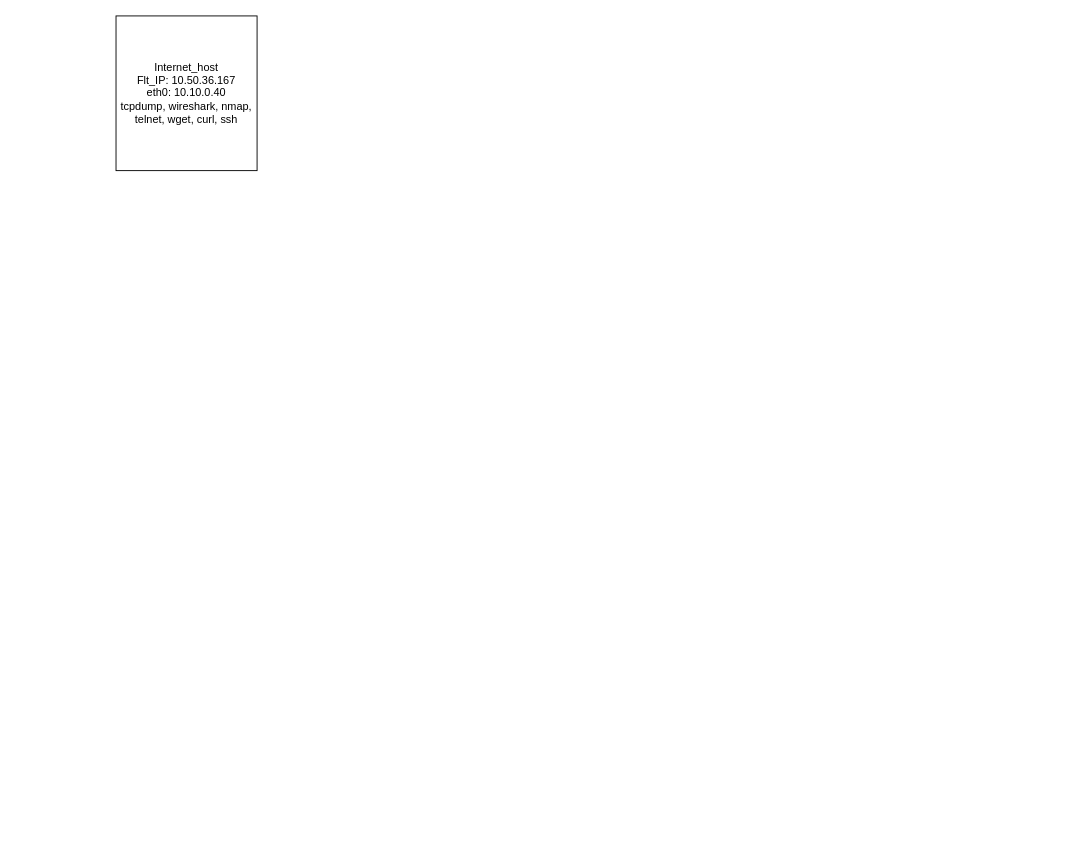
The draw.io diagram Networking/Walters/Untitled Diagram.drawio in TheWaltuh/COSC-Notes, before the edit. Source tidied: cells renumbered, new cells numbered last; positions are measured from the earlier drawing's top-left corner, leaving out a move shared by most shapes. Both pictures are drawn from the tidied source at 91%, with x=0, y=0 at pixel (116, 15).
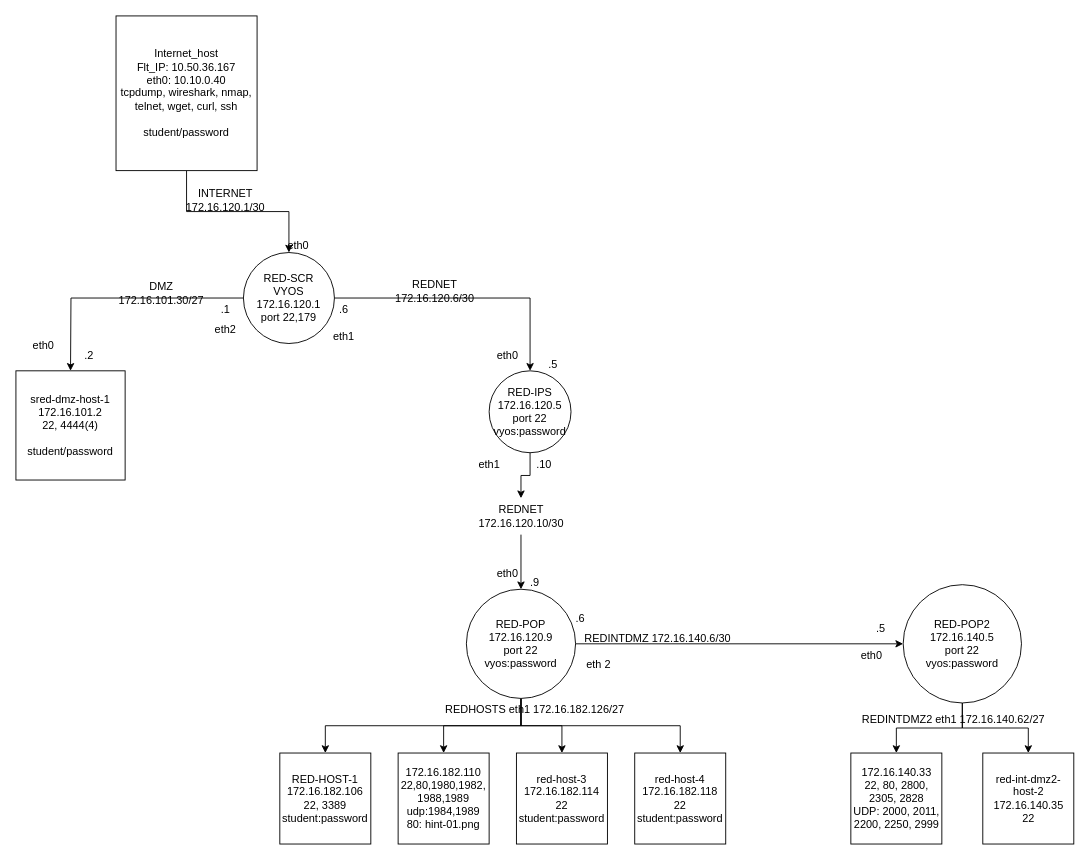
The same diagram, later.

What changed in the source:
```diff
@@
+    <mxCell id="3" style="edgeStyle=orthogonalEdgeStyle;rounded=0;jettySize=auto;html=1;entryX=0.5;entryY=0;entryDx=0;entryDy=0;" parent="1" edge="1" source="2" target="6">
+      <mxGeometry relative="1" as="geometry" />
+    </mxCell>
-    <mxCell id="2" value="Internet_host&lt;br&gt;Flt_IP: 10.50.36.167&lt;br&gt;eth0: 10.10.0.40&lt;br&gt;tcpdump, wireshark, nmap, telnet, wget, curl, ssh" style="rounded=0;whiteSpace=wrap;html=1;labelBackgroundColor=none;" parent="1" vertex="1">
+    <mxCell id="2" value="Internet_host&lt;br&gt;Flt_IP: 10.50.36.167&lt;br&gt;eth0: 10.10.0.40&lt;br&gt;tcpdump, wireshark, nmap, telnet, wget, curl, ssh&lt;br&gt;&lt;br&gt;student/password" style="rounded=0;whiteSpace=wrap;html=1;labelBackgroundColor=none;" parent="1" vertex="1">
       <mxGeometry width="155" height="170" as="geometry" />
     </mxCell>
+    <mxCell id="4" style="edgeStyle=orthogonalEdgeStyle;rounded=0;jettySize=auto;html=1;exitX=0;exitY=0.5;exitDx=0;exitDy=0;entryX=0.5;entryY=0;entryDx=0;entryDy=0;" parent="1" edge="1" source="6">
+      <mxGeometry relative="1" as="geometry">
+        <mxPoint x="-50" y="390" as="targetPoint" />
+      </mxGeometry>
+    </mxCell>
+    <mxCell id="5" style="edgeStyle=orthogonalEdgeStyle;rounded=0;jettySize=auto;html=1;exitX=1;exitY=0.5;exitDx=0;exitDy=0;entryX=0.5;entryY=0;entryDx=0;entryDy=0;" parent="1" edge="1" source="6" target="10">
+      <mxGeometry relative="1" as="geometry" />
+    </mxCell>
+    <mxCell id="6" value="RED-SCR&lt;br&gt;VYOS&lt;br&gt;&lt;div&gt;172.16.120.1&lt;/div&gt;&lt;div&gt;port 22,179&lt;/div&gt;" style="ellipse;whiteSpace=wrap;html=1;" parent="1" vertex="1">
+      <mxGeometry x="140" y="260" width="100" height="100" as="geometry" />
+    </mxCell>
+    <mxCell id="7" value="DMZ&lt;br&gt;172.16.101.30/27" style="text;html=1;strokeColor=none;fillColor=none;align=center;verticalAlign=middle;whiteSpace=wrap;rounded=0;" parent="1" vertex="1">
+      <mxGeometry x="20" y="290" width="60" height="30" as="geometry" />
+    </mxCell>
+    <mxCell id="8" style="edgeStyle=orthogonalEdgeStyle;rounded=0;jettySize=auto;html=1;exitX=0.5;exitY=1;exitDx=0;exitDy=0;entryX=0.5;entryY=0;entryDx=0;entryDy=0;" parent="1" edge="1" source="43" target="16">
+      <mxGeometry relative="1" as="geometry" />
+    </mxCell>
+    <mxCell id="9" value="REDNET&lt;br&gt;172.16.120.6/30" style="text;html=1;align=center;verticalAlign=middle;strokeColor=none;fillColor=none;" parent="1" vertex="1">
+      <mxGeometry x="295" y="283" width="110" height="40" as="geometry" />
+    </mxCell>
+    <mxCell id="10" value="RED-IPS&lt;br&gt;172.16.120.5&lt;br&gt;port 22&lt;br&gt;vyos:password" style="ellipse;whiteSpace=wrap;html=1;" parent="1" vertex="1">
+      <mxGeometry x="410" y="390" width="90" height="90" as="geometry" />
+    </mxCell>
+    <mxCell id="11" style="edgeStyle=orthogonalEdgeStyle;rounded=0;jettySize=auto;html=1;exitX=0.5;exitY=1;exitDx=0;exitDy=0;entryX=0.5;entryY=0;entryDx=0;entryDy=0;" parent="1" edge="1" source="16" target="17">
+      <mxGeometry relative="1" as="geometry" />
+    </mxCell>
+    <mxCell id="12" style="edgeStyle=orthogonalEdgeStyle;rounded=0;jettySize=auto;html=1;exitX=0.5;exitY=1;exitDx=0;exitDy=0;" parent="1" edge="1" source="16" target="18">
+      <mxGeometry relative="1" as="geometry" />
+    </mxCell>
+    <mxCell id="13" style="edgeStyle=orthogonalEdgeStyle;rounded=0;jettySize=auto;html=1;entryX=0.5;entryY=0;entryDx=0;entryDy=0;" parent="1" edge="1" source="16" target="19">
+      <mxGeometry relative="1" as="geometry" />
+    </mxCell>
+    <mxCell id="14" style="edgeStyle=orthogonalEdgeStyle;rounded=0;jettySize=auto;html=1;exitX=0.5;exitY=1;exitDx=0;exitDy=0;entryX=0.5;entryY=0;entryDx=0;entryDy=0;" parent="1" edge="1" source="16" target="20">
+      <mxGeometry relative="1" as="geometry" />
+    </mxCell>
+    <mxCell id="15" style="edgeStyle=orthogonalEdgeStyle;rounded=0;jettySize=auto;html=1;exitX=1;exitY=0.5;exitDx=0;exitDy=0;entryX=0;entryY=0.5;entryDx=0;entryDy=0;" parent="1" edge="1" source="16" target="23">
+      <mxGeometry relative="1" as="geometry" />
+    </mxCell>
+    <mxCell id="16" value="RED-POP&lt;br&gt;172.16.120.9&lt;br&gt;port 22&lt;br&gt;vyos:password" style="ellipse;whiteSpace=wrap;html=1;" parent="1" vertex="1">
+      <mxGeometry x="385" y="630" width="120" height="120" as="geometry" />
+    </mxCell>
+    <mxCell id="17" value="RED-HOST-1&lt;br&gt;172.16.182.106&lt;br&gt;22, 3389&lt;br&gt;student:password" style="whiteSpace=wrap;html=1;" parent="1" vertex="1">
+      <mxGeometry x="180" y="810" width="100" height="100" as="geometry" />
+    </mxCell>
+    <mxCell id="18" value="&lt;div&gt;172.16.182.110&lt;/div&gt;&lt;div&gt;22,80,1980,1982,&lt;/div&gt;&lt;div&gt;1988,1989&lt;/div&gt;&lt;div&gt;udp:1984,1989&lt;/div&gt;&lt;div&gt;80: hint-01.png&lt;/div&gt;" style="whiteSpace=wrap;html=1;" parent="1" vertex="1">
+      <mxGeometry x="310" y="810" width="100" height="100" as="geometry" />
+    </mxCell>
+    <mxCell id="19" value="red-host-3&lt;br&gt;172.16.182.114&lt;br&gt;22&lt;br&gt;student:password" style="whiteSpace=wrap;html=1;" parent="1" vertex="1">
+      <mxGeometry x="440" y="810" width="100" height="100" as="geometry" />
+    </mxCell>
+    <mxCell id="20" value="red-host-4&lt;br&gt;172.16.182.118&lt;br&gt;22&lt;br&gt;student:password" style="whiteSpace=wrap;html=1;" parent="1" vertex="1">
+      <mxGeometry x="570" y="810" width="100" height="100" as="geometry" />
+    </mxCell>
+    <mxCell id="21" style="edgeStyle=orthogonalEdgeStyle;rounded=0;jettySize=auto;html=1;exitX=0.5;exitY=1;exitDx=0;exitDy=0;entryX=0.5;entryY=0;entryDx=0;entryDy=0;" parent="1" edge="1" source="23" target="25">
+      <mxGeometry relative="1" as="geometry" />
+    </mxCell>
+    <mxCell id="22" style="edgeStyle=orthogonalEdgeStyle;rounded=0;jettySize=auto;html=1;exitX=0.5;exitY=1;exitDx=0;exitDy=0;" parent="1" edge="1" source="23" target="24">
+      <mxGeometry relative="1" as="geometry" />
+    </mxCell>
+    <mxCell id="23" value="RED-POP2&lt;br&gt;172.16.140.5&lt;br&gt;port 22&lt;br&gt;vyos:password" style="ellipse;whiteSpace=wrap;html=1;" parent="1" vertex="1">
+      <mxGeometry x="865" y="625" width="130" height="130" as="geometry" />
+    </mxCell>
+    <mxCell id="24" value="172.16.140.33&lt;br&gt;22, 80, 2800, 2305, 2828&lt;br&gt;UDP:&amp;nbsp;2000, 2011, 2200, 2250, 2999" style="whiteSpace=wrap;html=1;" parent="1" vertex="1">
+      <mxGeometry x="807.5" y="810" width="100" height="100" as="geometry" />
+    </mxCell>
+    <mxCell id="25" value="red-int-dmz2-host-2&lt;br&gt;172.16.140.35&lt;br&gt;22" style="whiteSpace=wrap;html=1;" parent="1" vertex="1">
+      <mxGeometry x="952.5" y="810" width="100" height="100" as="geometry" />
+    </mxCell>
+    <mxCell id="26" value="sred-dmz-host-1&lt;br&gt;172.16.101.2&lt;br&gt;22, 4444(4)&lt;br&gt;&lt;br&gt;student/password" style="whiteSpace=wrap;html=1;" parent="1" vertex="1">
+      <mxGeometry x="-110" y="390" width="120" height="120" as="geometry" />
+    </mxCell>
+    <mxCell id="27" value="INTERNET&lt;br&gt;172.16.120.1/30" style="text;html=1;align=center;verticalAlign=middle;strokeColor=none;fillColor=none;" parent="1" vertex="1">
+      <mxGeometry x="65" y="183" width="110" height="40" as="geometry" />
+    </mxCell>
+    <mxCell id="28" value=".6" style="text;html=1;align=center;verticalAlign=middle;strokeColor=none;fillColor=none;" parent="1" vertex="1">
+      <mxGeometry x="235" y="308" width="30" height="30" as="geometry" />
+    </mxCell>
+    <mxCell id="29" value=".1" style="text;html=1;align=center;verticalAlign=middle;strokeColor=none;fillColor=none;" parent="1" vertex="1">
+      <mxGeometry x="105" y="308" width="30" height="30" as="geometry" />
+    </mxCell>
+    <mxCell id="30" value=".2" style="text;html=1;align=center;verticalAlign=middle;strokeColor=none;fillColor=none;" parent="1" vertex="1">
+      <mxGeometry x="-45" y="358" width="30" height="30" as="geometry" />
+    </mxCell>
+    <mxCell id="31" value=".5" style="text;html=1;align=center;verticalAlign=middle;strokeColor=none;fillColor=none;" parent="1" vertex="1">
+      <mxGeometry x="465" y="368" width="30" height="30" as="geometry" />
+    </mxCell>
+    <mxCell id="32" value=".10" style="text;html=1;align=center;verticalAlign=middle;strokeColor=none;fillColor=none;" parent="1" vertex="1">
+      <mxGeometry x="450" y="478" width="40" height="30" as="geometry" />
+    </mxCell>
+    <mxCell id="33" value=".9" style="text;html=1;align=center;verticalAlign=middle;strokeColor=none;fillColor=none;" parent="1" vertex="1">
+      <mxGeometry x="445" y="608" width="30" height="30" as="geometry" />
+    </mxCell>
+    <mxCell id="34" value="REDHOSTS eth1 172.16.182.126/27" style="text;html=1;align=center;verticalAlign=middle;strokeColor=none;fillColor=none;" parent="1" vertex="1">
+      <mxGeometry x="350" y="748" width="220" height="30" as="geometry" />
+    </mxCell>
+    <mxCell id="35" value="REDINTDMZ 172.16.140.6/30" style="text;html=1;align=center;verticalAlign=middle;strokeColor=none;fillColor=none;" parent="1" vertex="1">
+      <mxGeometry x="505" y="670" width="180" height="30" as="geometry" />
+    </mxCell>
+    <mxCell id="36" value=".5" style="text;html=1;align=center;verticalAlign=middle;strokeColor=none;fillColor=none;" parent="1" vertex="1">
+      <mxGeometry x="825" y="658" width="30" height="30" as="geometry" />
+    </mxCell>
+    <mxCell id="37" value=".6" style="text;html=1;align=center;verticalAlign=middle;strokeColor=none;fillColor=none;" parent="1" vertex="1">
+      <mxGeometry x="495" y="648" width="30" height="30" as="geometry" />
+    </mxCell>
+    <mxCell id="38" value="REDINTDMZ2 eth1 172.16.140.62/27" style="text;html=1;align=center;verticalAlign=middle;strokeColor=none;fillColor=none;" parent="1" vertex="1">
+      <mxGeometry x="810" y="758" width="220" height="30" as="geometry" />
+    </mxCell>
+    <mxCell id="39" value="eth0" style="text;html=1;align=center;verticalAlign=middle;strokeColor=none;fillColor=none;" parent="1" vertex="1">
+      <mxGeometry x="805" y="688" width="50" height="30" as="geometry" />
+    </mxCell>
+    <mxCell id="40" value="eth 2" style="text;html=1;align=center;verticalAlign=middle;strokeColor=none;fillColor=none;" parent="1" vertex="1">
+      <mxGeometry x="505" y="698" width="50" height="30" as="geometry" />
+    </mxCell>
+    <mxCell id="41" value="eth0" style="text;html=1;align=center;verticalAlign=middle;strokeColor=none;fillColor=none;" parent="1" vertex="1">
+      <mxGeometry x="405" y="598" width="50" height="30" as="geometry" />
+    </mxCell>
+    <mxCell id="42" style="edgeStyle=orthogonalEdgeStyle;rounded=0;jettySize=auto;html=1;exitX=0.5;exitY=1;exitDx=0;exitDy=0;entryX=0.5;entryY=0;entryDx=0;entryDy=0;" parent="1" edge="1" source="10" target="43">
+      <mxGeometry relative="1" as="geometry" />
+    </mxCell>
+    <mxCell id="43" value="REDNET&lt;br&gt;172.16.120.10/30" style="text;html=1;align=center;verticalAlign=middle;points=[];strokeColor=none;fillColor=none;" parent="1" vertex="1">
+      <mxGeometry x="385" y="530" width="120" height="40" as="geometry" />
+    </mxCell>
+    <mxCell id="44" value="eth1" style="text;html=1;align=center;verticalAlign=middle;strokeColor=none;fillColor=none;" parent="1" vertex="1">
+      <mxGeometry x="385" y="478" width="50" height="30" as="geometry" />
+    </mxCell>
+    <mxCell id="45" value="eth0" style="text;html=1;align=center;verticalAlign=middle;strokeColor=none;fillColor=none;" parent="1" vertex="1">
+      <mxGeometry x="405" y="358" width="50" height="30" as="geometry" />
+    </mxCell>
+    <mxCell id="46" value="eth1" style="text;html=1;align=center;verticalAlign=middle;strokeColor=none;fillColor=none;" parent="1" vertex="1">
+      <mxGeometry x="225" y="338" width="50" height="30" as="geometry" />
+    </mxCell>
+    <mxCell id="47" value="eth2" style="text;html=1;align=center;verticalAlign=middle;strokeColor=none;fillColor=none;" parent="1" vertex="1">
+      <mxGeometry x="95" y="330" width="50" height="30" as="geometry" />
+    </mxCell>
+    <mxCell id="48" value="eth0" style="text;html=1;align=center;verticalAlign=middle;strokeColor=none;fillColor=none;" parent="1" vertex="1">
+      <mxGeometry x="175" y="238" width="50" height="30" as="geometry" />
+    </mxCell>
+    <mxCell id="49" value="eth0" style="text;html=1;align=center;verticalAlign=middle;strokeColor=none;fillColor=none;" parent="1" vertex="1">
+      <mxGeometry x="-105" y="348" width="50" height="30" as="geometry" />
+    </mxCell>
```
